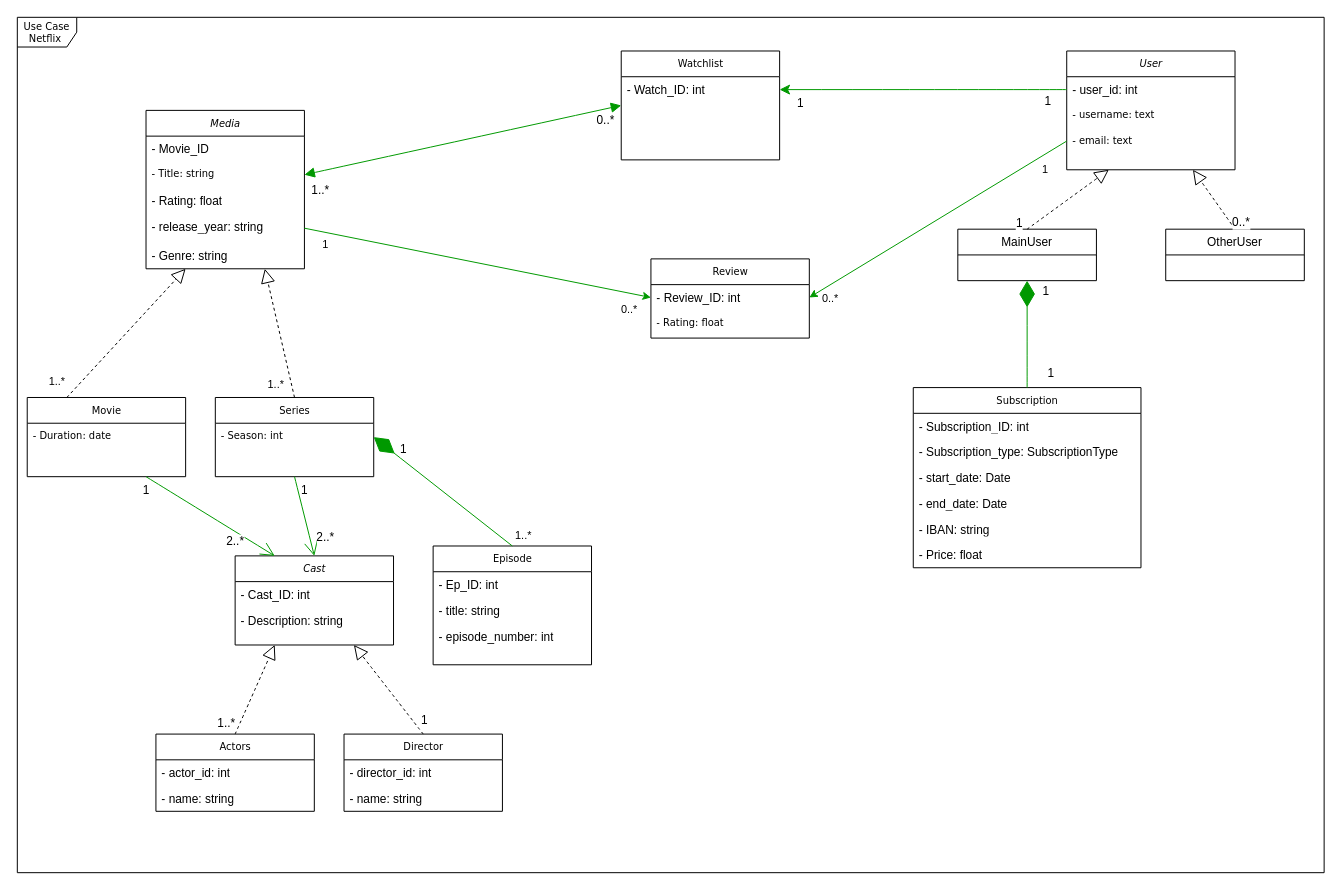
The draw.io diagram draw_io/uml_data_eng_project_1.drawio in KevinGarrison/DataEngineeringProjects, before the edit. Source tidied: cells renumbered, new cells numbered last; positions are measured from the earlier drawing's top-left corner, leaving out a move shared by most shapes. Both pictures are drawn from the tidied source at 99%, with x=0, y=0 at pixel (17, 17).
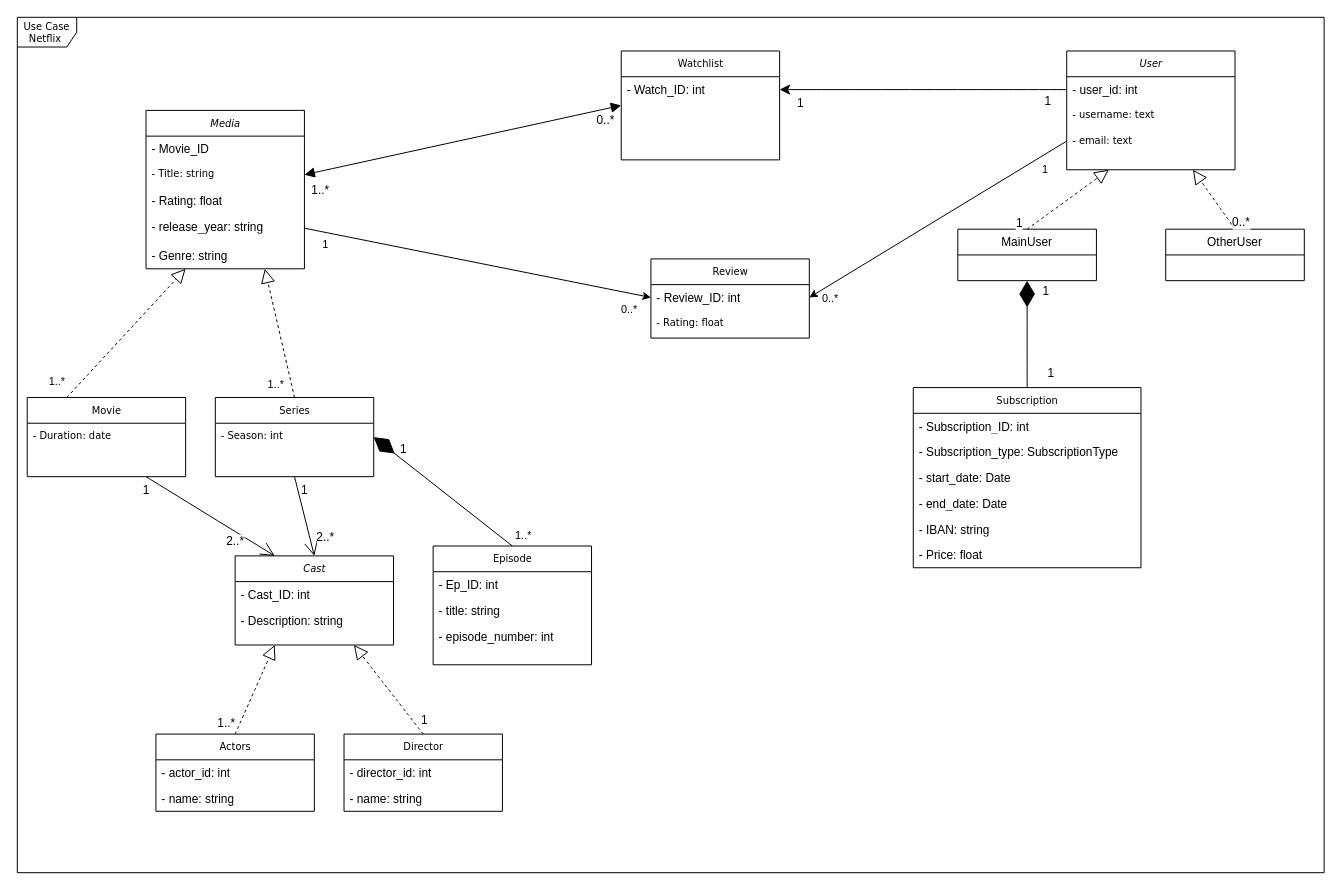
Above is the later version.

The change refers to these unchanged cells:
```xml
<mxCell id="3" value="Movie" style="swimlane;html=1;fontStyle=0;horizontal=1;startSize=26;fillColor=none;swimlaneFillColor=#ffffff;rounded=0;shadow=0;comic=0;labelBackgroundColor=none;strokeWidth=1;fontFamily=Verdana;fontSize=10;align=center;" parent="1" vertex="1">
  <mxGeometry x="10" y="384" width="160" height="80" as="geometry" />
</mxCell>
<mxCell id="5" value="Episode" style="swimlane;html=1;fontStyle=0;horizontal=1;startSize=26;fillColor=none;swimlaneFillColor=#ffffff;rounded=0;shadow=0;comic=0;labelBackgroundColor=none;strokeWidth=1;fontFamily=Verdana;fontSize=10;align=center;" parent="1" vertex="1">
  <mxGeometry x="420" y="534" width="160" height="120" as="geometry" />
</mxCell>
<mxCell id="9" value="Series" style="swimlane;html=1;fontStyle=0;horizontal=1;startSize=26;fillColor=none;swimlaneFillColor=#ffffff;rounded=0;shadow=0;comic=0;labelBackgroundColor=none;strokeWidth=1;fontFamily=Verdana;fontSize=10;align=center;strokeColor=default;verticalAlign=middle;fontColor=default;" parent="1" vertex="1">
  <mxGeometry x="200" y="384" width="160" height="80" as="geometry" />
</mxCell>
<mxCell id="13" value="- Title: string" style="text;html=1;strokeColor=none;fillColor=none;align=left;verticalAlign=top;spacingLeft=4;spacingRight=4;whiteSpace=wrap;overflow=hidden;points=[[0,0.5],[1,0.5]];portConstraint=eastwest;fontFamily=Verdana;fontSize=10;fontColor=default;fontStyle=0;labelBackgroundColor=none;" parent="11" vertex="1">
  <mxGeometry y="52" width="160" height="26" as="geometry" />
</mxCell>
<mxCell id="15" value="- release_year: string" style="text;html=1;strokeColor=none;fillColor=none;align=left;verticalAlign=top;spacingLeft=4;spacingRight=4;whiteSpace=wrap;overflow=hidden;points=[[0,0.5],[1,0.5]];portConstraint=eastwest;" parent="11" vertex="1">
  <mxGeometry y="104" width="160" height="30" as="geometry" />
</mxCell>
<mxCell id="24" value="Watchlist" style="swimlane;html=1;fontStyle=0;horizontal=1;startSize=26;fillColor=none;swimlaneFillColor=#ffffff;rounded=0;shadow=0;comic=0;labelBackgroundColor=none;strokeWidth=1;fontFamily=Verdana;fontSize=10;align=center;" parent="1" vertex="1">
  <mxGeometry x="610" y="34" width="160" height="110" as="geometry" />
</mxCell>
<mxCell id="25" value="- Watch_ID: int" style="text;html=1;strokeColor=none;fillColor=none;align=left;verticalAlign=top;spacingLeft=4;spacingRight=4;whiteSpace=wrap;overflow=hidden;points=[[0,0.5],[1,0.5]];portConstraint=eastwest;" parent="24" vertex="1">
  <mxGeometry y="26" width="160" height="26" as="geometry" />
</mxCell>
<mxCell id="32" value="&lt;i&gt;Cast&lt;/i&gt;" style="swimlane;html=1;fontStyle=0;horizontal=1;startSize=26;fillColor=none;swimlaneFillColor=#ffffff;rounded=0;shadow=0;comic=0;labelBackgroundColor=none;strokeWidth=1;fontFamily=Verdana;fontSize=10;align=center;" parent="1" vertex="1">
  <mxGeometry x="220" y="544" width="160" height="90" as="geometry" />
</mxCell>
<mxCell id="36" value="- user_id: int" style="text;html=1;strokeColor=none;fillColor=none;align=left;verticalAlign=top;spacingLeft=4;spacingRight=4;whiteSpace=wrap;overflow=hidden;points=[[0,0.5],[1,0.5]];portConstraint=eastwest;" parent="35" vertex="1">
  <mxGeometry y="26" width="170" height="26" as="geometry" />
</mxCell>
<mxCell id="38" value="- email: text" style="text;html=1;strokeColor=none;fillColor=none;align=left;verticalAlign=top;spacingLeft=4;spacingRight=4;whiteSpace=wrap;overflow=hidden;points=[[0,0.5],[1,0.5]];portConstraint=eastwest;fontFamily=Verdana;fontSize=10;fontColor=default;fontStyle=0;labelBackgroundColor=none;" parent="35" vertex="1">
  <mxGeometry y="78" width="170" height="26" as="geometry" />
</mxCell>
<mxCell id="40" value="- Review_ID: int" style="text;html=1;strokeColor=none;fillColor=none;align=left;verticalAlign=top;spacingLeft=4;spacingRight=4;whiteSpace=wrap;overflow=hidden;points=[[0,0.5],[1,0.5]];portConstraint=eastwest;" parent="39" vertex="1">
  <mxGeometry y="26" width="160" height="26" as="geometry" />
</mxCell>
<mxCell id="42" value="MainUser" style="swimlane;fontStyle=0;horizontal=1;startSize=26;fillColor=none;whiteSpace=wrap;html=1;" parent="1" vertex="1">
  <mxGeometry x="950" y="214" width="140" height="52" as="geometry" />
</mxCell>
<mxCell id="48" value="Subscription" style="swimlane;html=1;fontStyle=0;horizontal=1;startSize=26;fillColor=none;swimlaneFillColor=#ffffff;rounded=0;shadow=0;comic=0;labelBackgroundColor=none;strokeWidth=1;fontFamily=Verdana;fontSize=10;align=center;" parent="1" vertex="1">
  <mxGeometry x="905" y="374" width="230" height="182" as="geometry" />
</mxCell>
```

Change to the diagram source:
```diff
@@
-    <mxCell id="21" style="endArrow=diamondThin;endFill=1;endSize=24;html=1;rounded=0;exitX=0.5;exitY=0;exitDx=0;exitDy=0;targetPerimeterSpacing=0;entryX=1;entryY=0.5;entryDx=0;entryDy=0;strokeColor=#009900;" parent="1" edge="1" source="5" target="9">
+    <mxCell id="21" style="endArrow=diamondThin;endFill=1;endSize=24;html=1;rounded=0;exitX=0.5;exitY=0;exitDx=0;exitDy=0;targetPerimeterSpacing=0;entryX=1;entryY=0.5;entryDx=0;entryDy=0;" parent="1" edge="1" source="5" target="9">
       <mxGeometry relative="1" as="geometry" />
     </mxCell>
@@
-    <mxCell id="55" style="endArrow=diamondThin;endFill=1;endSize=24;html=1;rounded=0;fontSize=12;curved=1;entryX=0.5;entryY=1;entryDx=0;entryDy=0;exitX=0.5;exitY=0;exitDx=0;exitDy=0;strokeColor=#009900;" parent="1" edge="1" source="48" target="42">
+    <mxCell id="55" style="endArrow=diamondThin;endFill=1;endSize=24;html=1;rounded=0;fontSize=12;curved=1;entryX=0.5;entryY=1;entryDx=0;entryDy=0;exitX=0.5;exitY=0;exitDx=0;exitDy=0;" parent="1" edge="1" source="48" target="42">
       <mxGeometry relative="1" as="geometry" />
     </mxCell>
@@
-    <mxCell id="62" style="edgeStyle=none;curved=1;rounded=0;jettySize=auto;html=1;exitX=0;exitY=0.5;exitDx=0;exitDy=0;entryX=1;entryY=0.5;entryDx=0;entryDy=0;fontSize=12;startSize=8;endSize=8;strokeColor=#009900;" parent="1" edge="1" source="36" target="25">
+    <mxCell id="62" style="edgeStyle=none;curved=1;rounded=0;jettySize=auto;html=1;exitX=0;exitY=0.5;exitDx=0;exitDy=0;entryX=1;entryY=0.5;entryDx=0;entryDy=0;fontSize=12;startSize=8;endSize=8;" parent="1" edge="1" source="36" target="25">
       <mxGeometry relative="1" as="geometry" />
     </mxCell>
@@
-    <mxCell id="65" style="endArrow=block;startArrow=block;endFill=1;startFill=1;html=1;rounded=0;fontSize=12;startSize=8;endSize=8;curved=1;exitX=1;exitY=0.5;exitDx=0;exitDy=0;entryX=0;entryY=0.5;entryDx=0;entryDy=0;strokeColor=#009900;" parent="1" edge="1" source="13" target="24">
+    <mxCell id="65" style="endArrow=block;startArrow=block;endFill=1;startFill=1;html=1;rounded=0;fontSize=12;startSize=8;endSize=8;curved=1;exitX=1;exitY=0.5;exitDx=0;exitDy=0;entryX=0;entryY=0.5;entryDx=0;entryDy=0;" parent="1" edge="1" source="13" target="24">
       <mxGeometry relative="1" as="geometry" />
     </mxCell>
@@
-    <mxCell id="68" style="endArrow=open;endFill=1;endSize=12;html=1;rounded=0;fontSize=12;curved=1;exitX=0.75;exitY=1;exitDx=0;exitDy=0;entryX=0.25;entryY=0;entryDx=0;entryDy=0;strokeColor=#009900;" parent="1" edge="1" source="3" target="32">
-      <mxGeometry relative="1" as="geometry" />
+    <mxCell id="68" style="endArrow=open;endFill=1;endSize=12;html=1;rounded=0;fontSize=12;curved=1;entryX=0.25;entryY=0;entryDx=0;entryDy=0;" parent="1" edge="1" target="32">
+      <mxGeometry relative="1" as="geometry">
+        <mxPoint x="130" y="464" as="sourcePoint" />
+      </mxGeometry>
     </mxCell>
@@
-    <mxCell id="71" style="endArrow=open;endFill=1;endSize=12;html=1;rounded=0;fontSize=12;curved=1;entryX=0.5;entryY=0;entryDx=0;entryDy=0;exitX=0.5;exitY=1;exitDx=0;exitDy=0;strokeColor=#009900;" parent="1" edge="1" source="9" target="32">
+    <mxCell id="71" style="endArrow=open;endFill=1;endSize=12;html=1;rounded=0;fontSize=12;curved=1;entryX=0.5;entryY=0;entryDx=0;entryDy=0;exitX=0.5;exitY=1;exitDx=0;exitDy=0;" parent="1" edge="1" source="9" target="32">
       <mxGeometry relative="1" as="geometry" />
     </mxCell>
@@
-    <mxCell id="74" style="endArrow=classic;html=1;rounded=0;exitX=0;exitY=0.5;exitDx=0;exitDy=0;entryX=1;entryY=0.5;entryDx=0;entryDy=0;strokeColor=#009900;" parent="1" edge="1" source="38" target="40">
+    <mxCell id="74" style="endArrow=classic;html=1;rounded=0;exitX=0;exitY=0.5;exitDx=0;exitDy=0;entryX=1;entryY=0.5;entryDx=0;entryDy=0;" parent="1" edge="1" source="38" target="40">
       <mxGeometry relative="1" as="geometry" />
     </mxCell>
@@
-    <mxCell id="77" style="endArrow=classic;html=1;rounded=0;exitX=1;exitY=0.5;exitDx=0;exitDy=0;entryX=0;entryY=0.5;entryDx=0;entryDy=0;strokeColor=#009900;" parent="1" edge="1" source="15" target="40">
+    <mxCell id="77" style="endArrow=classic;html=1;rounded=0;exitX=1;exitY=0.5;exitDx=0;exitDy=0;entryX=0;entryY=0.5;entryDx=0;entryDy=0;" parent="1" edge="1" source="15" target="40">
       <mxGeometry relative="1" as="geometry" />
     </mxCell>
```
